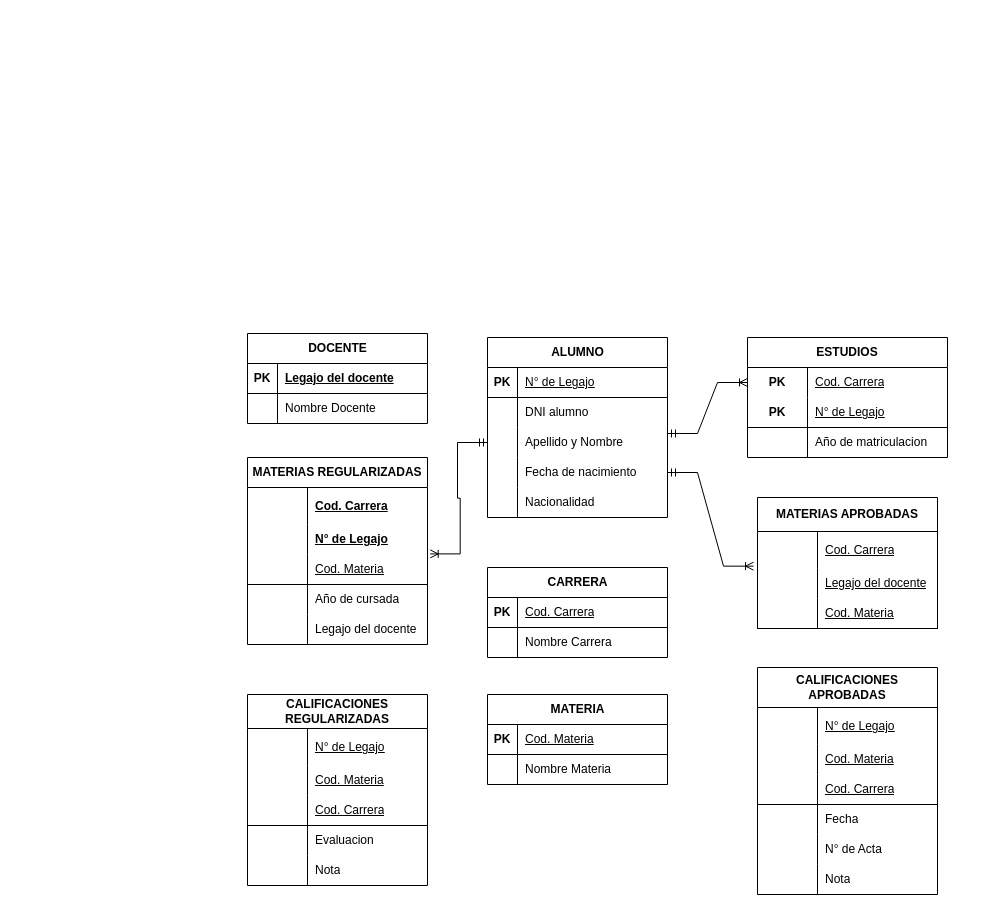
This is page "DER" (3 of 3) of Grupo11_Parcial1.drawio from Ailenmarina/Grupo11, a draw.io file, before an edit. Source tidied: cells renumbered, new cells numbered last; positions are measured from the earlier drawing's top-left corner, leaving out a move shared by most shapes. Both pictures are drawn from the tidied source at 100%, with x=0, y=0 at pixel (17, 313).
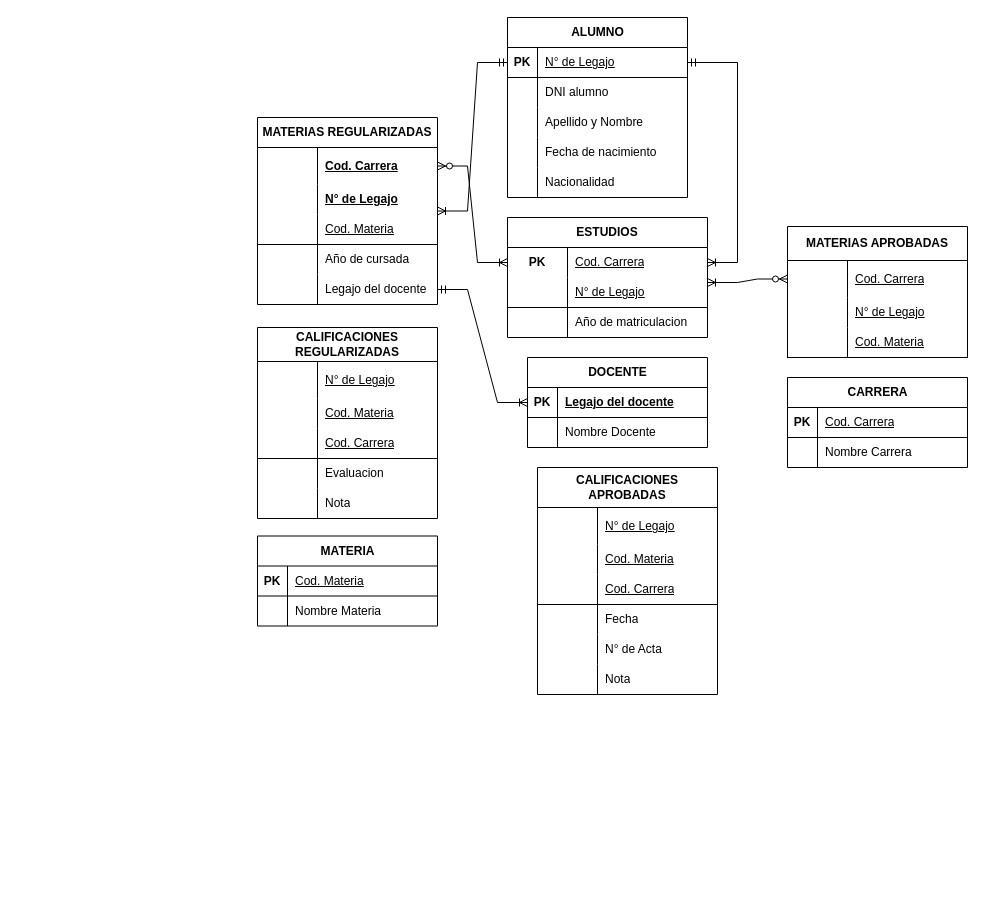
The same page after the edit.

The change refers to these unchanged cells:
```xml
<mxCell id="3" style="shape=tableRow;horizontal=0;startSize=0;swimlaneHead=0;swimlaneBody=0;fillColor=none;points=[[0,0.5],[1,0.5]];portConstraint=eastwest;top=0;left=0;right=0;bottom=1;" parent="2" vertex="1">
  <mxGeometry y="30" width="180" height="30" as="geometry" />
</mxCell>
<mxCell id="12" style="shape=tableRow;horizontal=0;startSize=0;swimlaneHead=0;swimlaneBody=0;fillColor=none;points=[[0,0.5],[1,0.5]];portConstraint=eastwest;top=0;left=0;right=0;bottom=0;html=1;" parent="11" vertex="1">
  <mxGeometry y="30" width="180" height="37" as="geometry" />
</mxCell>
<mxCell id="18" style="shape=tableRow;horizontal=0;startSize=0;swimlaneHead=0;swimlaneBody=0;fillColor=none;points=[[0,0.5],[1,0.5]];portConstraint=eastwest;top=0;left=0;right=0;bottom=1;html=1;" parent="11" vertex="1">
  <mxGeometry y="97" width="180" height="30" as="geometry" />
</mxCell>
<mxCell id="24" style="shape=tableRow;horizontal=0;startSize=0;swimlaneHead=0;swimlaneBody=0;fillColor=none;points=[[0,0.5],[1,0.5]];portConstraint=eastwest;top=0;left=0;right=0;bottom=0;html=1;" parent="11" vertex="1">
  <mxGeometry y="157" width="180" height="30" as="geometry" />
</mxCell>
<mxCell id="63" style="shape=tableRow;horizontal=0;startSize=0;swimlaneHead=0;swimlaneBody=0;fillColor=none;points=[[0,0.5],[1,0.5]];portConstraint=eastwest;top=0;left=0;right=0;bottom=0;html=1;" parent="62" vertex="1">
  <mxGeometry y="34" width="180" height="37" as="geometry" />
</mxCell>
<mxCell id="66" style="shape=tableRow;horizontal=0;startSize=0;swimlaneHead=0;swimlaneBody=0;fillColor=none;top=0;left=0;right=0;bottom=0;html=1;" parent="62" vertex="1">
  <mxGeometry y="71" width="180" height="30" as="geometry" />
</mxCell>
<mxCell id="73" style="shape=tableRow;horizontal=0;startSize=0;swimlaneHead=0;swimlaneBody=0;fillColor=none;points=[[0,0.5],[1,0.5]];portConstraint=eastwest;top=0;left=0;right=0;bottom=0;html=1;" parent="72" vertex="1">
  <mxGeometry y="30" width="200" height="30" as="geometry" />
</mxCell>
<mxCell id="76" style="shape=tableRow;horizontal=0;startSize=0;swimlaneHead=0;swimlaneBody=0;fillColor=none;points=[[0,0.5],[1,0.5]];portConstraint=eastwest;top=0;left=0;right=0;bottom=1;html=1;" parent="72" vertex="1">
  <mxGeometry y="60" width="200" height="30" as="geometry" />
</mxCell>
<mxCell id="83" style="shape=tableRow;horizontal=0;startSize=0;swimlaneHead=0;swimlaneBody=0;fillColor=none;points=[[0,0.5],[1,0.5]];portConstraint=eastwest;top=0;left=0;right=0;bottom=1;" parent="82" vertex="1">
  <mxGeometry y="30" width="180" height="30" as="geometry" />
</mxCell>
<mxCell id="89" style="shape=tableRow;horizontal=0;startSize=0;swimlaneHead=0;swimlaneBody=0;fillColor=none;points=[[0,0.5],[1,0.5]];portConstraint=eastwest;top=0;left=0;right=0;bottom=0;" parent="82" vertex="1">
  <mxGeometry y="90" width="180" height="30" as="geometry" />
</mxCell>
<mxCell id="92" style="shape=tableRow;horizontal=0;startSize=0;swimlaneHead=0;swimlaneBody=0;fillColor=none;points=[[0,0.5],[1,0.5]];portConstraint=eastwest;top=0;left=0;right=0;bottom=0;" parent="82" vertex="1">
  <mxGeometry y="120" width="180" height="30" as="geometry" />
</mxCell>
```

Diff of the diagram source:
```diff
@@
     <mxCell id="2" value="DOCENTE" style="shape=table;startSize=30;childLayout=tableLayout;rowLines=0;fontStyle=1;align=center;html=1;" parent="1" vertex="1">
-      <mxGeometry x="230" y="20" width="180" height="90" as="geometry" />
+      <mxGeometry x="510" y="44" width="180" height="90" as="geometry" />
     </mxCell>
@@
     <mxCell id="11" value="MATERIAS REGULARIZADAS" style="shape=table;startSize=30;childLayout=tableLayout;rowLines=0;fontStyle=1;align=center;html=1;whiteSpace=wrap;" parent="1" vertex="1">
-      <mxGeometry x="230" y="144" width="180" height="187" as="geometry" />
+      <mxGeometry x="240" y="-196" width="180" height="187" as="geometry" />
     </mxCell>
@@
     <mxCell id="27" value="CALIFICACIONES REGULARIZADAS" style="shape=table;startSize=34;childLayout=tableLayout;rowLines=0;fontStyle=1;align=center;html=1;whiteSpace=wrap;" parent="1" vertex="1">
-      <mxGeometry x="230" y="381" width="180" height="191" as="geometry" />
+      <mxGeometry x="240" y="14" width="180" height="191" as="geometry" />
     </mxCell>
@@
     <mxCell id="43" value="CALIFICACIONES APROBADAS" style="shape=table;startSize=40;childLayout=tableLayout;rowLines=0;fontStyle=1;align=center;html=1;whiteSpace=wrap;" parent="1" vertex="1">
-      <mxGeometry x="740" y="354" width="180" height="227" as="geometry" />
+      <mxGeometry x="520" y="154" width="180" height="227" as="geometry" />
     </mxCell>
@@
     <mxCell id="62" value="MATERIAS APROBADAS" style="shape=table;startSize=34;childLayout=tableLayout;rowLines=0;fontStyle=1;align=center;html=1;whiteSpace=wrap;" parent="1" vertex="1">
-      <mxGeometry x="740" y="184" width="180" height="131" as="geometry" />
+      <mxGeometry x="770" y="-87" width="180" height="131" as="geometry" />
     </mxCell>
@@
-    <mxCell id="68" value="&lt;u&gt;Legajo del docente&lt;/u&gt;" style="shape=partialRectangle;fillColor=none;top=0;left=0;bottom=0;right=0;align=left;spacingLeft=6;overflow=hidden;html=1;whiteSpace=wrap;" parent="66" vertex="1">
+    <mxCell id="68" value="&lt;u&gt;N° de Legajo&lt;/u&gt;" style="shape=partialRectangle;fillColor=none;top=0;left=0;bottom=0;right=0;align=left;spacingLeft=6;overflow=hidden;html=1;whiteSpace=wrap;" parent="66" vertex="1">
       <mxGeometry x="60" width="120" height="30" as="geometry" />
     </mxCell>
@@
     <mxCell id="72" value="ESTUDIOS" style="shape=table;startSize=30;childLayout=tableLayout;rowLines=0;fontStyle=1;align=center;html=1;whiteSpace=wrap;" parent="1" vertex="1">
-      <mxGeometry x="730" y="24" width="200" height="120" as="geometry" />
+      <mxGeometry x="490" y="-96" width="200" height="120" as="geometry" />
     </mxCell>
@@
-    <mxCell id="77" value="PK" style="shape=partialRectangle;fillColor=none;top=0;left=0;bottom=0;right=0;fontStyle=1;overflow=hidden;html=1;whiteSpace=wrap;" parent="76" vertex="1">
+    <mxCell id="77" style="shape=partialRectangle;fillColor=none;top=0;left=0;bottom=0;right=0;fontStyle=1;overflow=hidden;html=1;whiteSpace=wrap;" parent="76" vertex="1">
       <mxGeometry width="60" height="30" as="geometry" />
     </mxCell>
@@
     <mxCell id="82" value="ALUMNO" style="shape=table;startSize=30;childLayout=tableLayout;rowLines=0;fontStyle=1;align=center;html=1;" parent="1" vertex="1">
-      <mxGeometry x="470" y="24" width="180" height="180" as="geometry" />
+      <mxGeometry x="490" y="-296" width="180" height="180" as="geometry" />
     </mxCell>
@@
     <mxCell id="98" value="CARRERA" style="shape=table;startSize=30;childLayout=tableLayout;rowLines=0;fontStyle=1;align=center;html=1;" parent="1" vertex="1">
-      <mxGeometry x="470" y="254" width="180" height="90" as="geometry" />
+      <mxGeometry x="770" y="64" width="180" height="90" as="geometry" />
     </mxCell>
@@
     <mxCell id="105" value="MATERIA" style="shape=table;startSize=30;childLayout=tableLayout;rowLines=0;fontStyle=1;align=center;html=1;" parent="1" vertex="1">
-      <mxGeometry x="470" y="381" width="180" height="90" as="geometry" />
+      <mxGeometry x="240" y="222.5" width="180" height="90" as="geometry" />
     </mxCell>
@@
-    <mxCell id="112" style="edgeStyle=entityRelationEdgeStyle;fontSize=12;html=1;endArrow=ERoneToMany;startArrow=ERmandOne;rounded=0;entryX=0;entryY=0.5;entryDx=0;entryDy=0;" parent="1" edge="1" target="73">
+    <mxCell id="112" style="edgeStyle=entityRelationEdgeStyle;fontSize=12;html=1;endArrow=ERoneToMany;startArrow=ERmandOne;rounded=0;" parent="1" edge="1" source="83" target="73">
       <mxGeometry relative="1" as="geometry">
-        <mxPoint x="650" y="120" as="sourcePoint" />
         <Array as="points">
+          <mxPoint x="680" y="94" />
           <mxPoint x="620" />
+          <mxPoint x="710" y="-6" />
         </Array>
       </mxGeometry>
     </mxCell>
-    <mxCell id="113" style="edgeStyle=entityRelationEdgeStyle;fontSize=12;html=1;endArrow=ERoneToMany;startArrow=ERmandOne;rounded=0;entryX=1.015;entryY=-0.02;entryDx=0;entryDy=0;entryPerimeter=0;exitX=0;exitY=0.5;exitDx=0;exitDy=0;" parent="1" edge="1" source="89" target="18">
-      <mxGeometry relative="1" as="geometry">
-        <Array as="points">
-          <mxPoint x="380" y="64" />
-          <mxPoint x="430" y="234" />
-        </Array>
-      </mxGeometry>
-    </mxCell>
-    <mxCell id="114" style="edgeStyle=entityRelationEdgeStyle;fontSize=12;html=1;endArrow=ERoneToMany;startArrow=ERmandOne;rounded=0;entryX=-0.022;entryY=0.937;entryDx=0;entryDy=0;exitX=1;exitY=0.5;exitDx=0;exitDy=0;entryPerimeter=0;" parent="1" edge="1" source="92" target="63">
-      <mxGeometry relative="1" as="geometry">
-        <Array as="points">
-          <mxPoint x="680" y="124" />
-        </Array>
-      </mxGeometry>
-    </mxCell>
+    <mxCell id="115" style="edgeStyle=entityRelationEdgeStyle;fontSize=12;html=1;endArrow=ERoneToMany;startArrow=ERzeroToMany;rounded=0;entryX=1;entryY=0.167;entryDx=0;entryDy=0;entryPerimeter=0;" parent="1" edge="1" source="63" target="76">
+      <mxGeometry relative="1" as="geometry">
+        <Array as="points">
+          <mxPoint x="720" y="414" />
+          <mxPoint x="990" y="174" />
+          <mxPoint x="710" y="424" />
+          <mxPoint x="960" y="194" />
+          <mxPoint x="710" y="448" />
+        </Array>
+      </mxGeometry>
+    </mxCell>
+    <mxCell id="116" style="edgeStyle=entityRelationEdgeStyle;fontSize=12;html=1;endArrow=ERoneToMany;startArrow=ERzeroToMany;rounded=0;" parent="1" edge="1" source="12" target="73">
+      <mxGeometry relative="1" as="geometry">
+        <Array as="points">
+          <mxPoint x="430" y="-46" />
+          <mxPoint x="570" y="-26" />
+          <mxPoint x="560" y="-36" />
+        </Array>
+      </mxGeometry>
+    </mxCell>
+    <mxCell id="117" style="edgeStyle=entityRelationEdgeStyle;fontSize=12;html=1;endArrow=ERoneToMany;startArrow=ERmandOne;rounded=0;" parent="1" edge="1" source="24" target="3">
+      <mxGeometry relative="1" as="geometry" />
+    </mxCell>
+    <mxCell id="118" style="edgeStyle=entityRelationEdgeStyle;fontSize=12;html=1;endArrow=ERoneToMany;startArrow=ERmandOne;rounded=0;" parent="1" edge="1" source="83" target="11">
+      <mxGeometry relative="1" as="geometry">
+        <Array as="points">
+          <mxPoint x="975" y="-226" />
+          <mxPoint x="585" y="-236" />
+        </Array>
+      </mxGeometry>
+    </mxCell>
```
